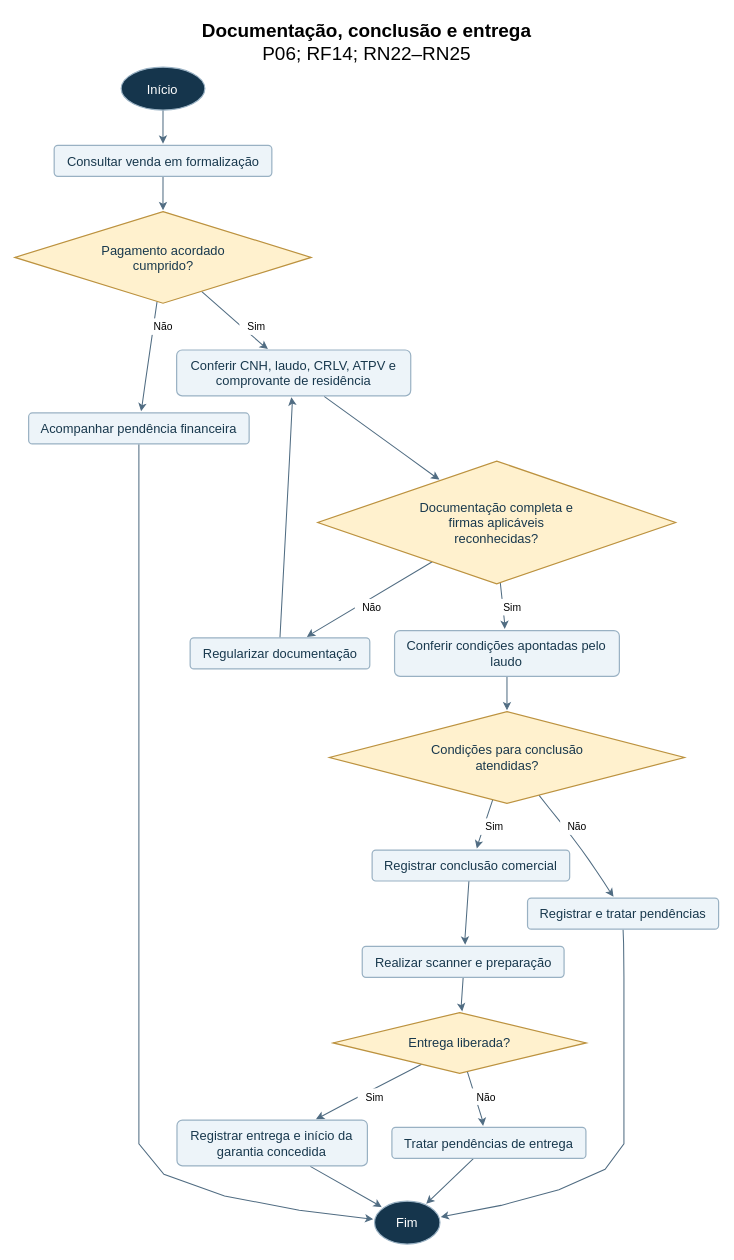
Above: docs/fluxogramas/06-conclusao-entrega.drawio in andreyveloso/modelagem-banco-multiplikar-automoveis (draw.io), before the change. Source tidied: cells renumbered, new cells numbered last; positions are measured from the earlier drawing's top-left corner, leaving out a move shared by most shapes. Both pictures are drawn from the tidied source at 86%, with x=0, y=0 at pixel (15, 14).
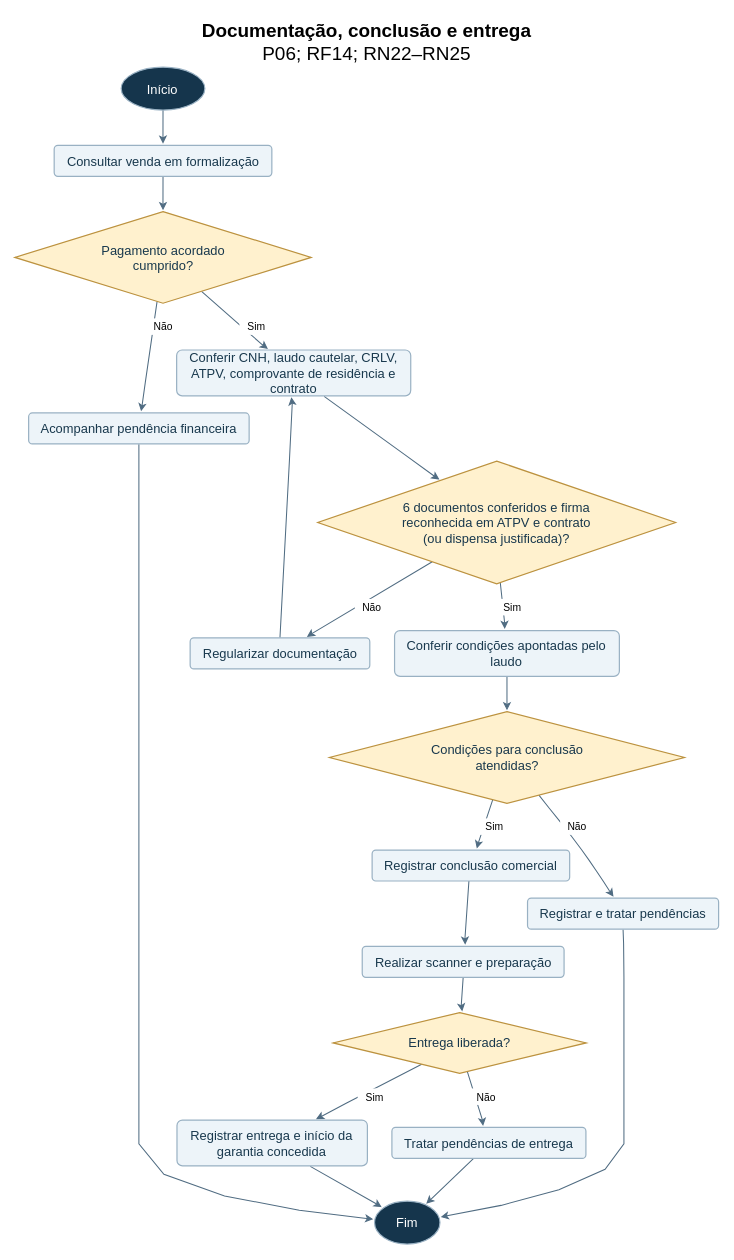
Above is the later version.

What changed in the source:
```diff
@@
-    <mxCell id="25" value="Conferir CNH, laudo, CRLV, ATPV e&#10;comprovante de residência" style="rounded=1;arcSize=12;whiteSpace=wrap;html=0;align=center;verticalAlign=middle;fontFamily=Arial;fontSize=15;fillColor=#edf4f9;fontColor=#18384d;strokeColor=#99b1c3;strokeWidth=1.4;spacing=4;" parent="1" vertex="1">
+    <mxCell id="25" value="Conferir CNH, laudo cautelar, CRLV,&#10;ATPV, comprovante de residência e contrato" style="rounded=1;arcSize=12;whiteSpace=wrap;html=0;align=center;verticalAlign=middle;fontFamily=Arial;fontSize=15;fillColor=#edf4f9;fontColor=#18384d;strokeColor=#99b1c3;strokeWidth=1.4;spacing=4;" parent="1" vertex="1">
       <mxGeometry x="187.9" y="390.5" width="272.2" height="53.3" as="geometry" />
     </mxCell>
@@
-    <mxCell id="27" value="Documentação completa e&#10;firmas aplicáveis&#10;reconhecidas?" style="rhombus;whiteSpace=wrap;html=0;align=center;verticalAlign=middle;fontFamily=Arial;fontSize=15;fillColor=#fff1ce;fontColor=#18384d;strokeColor=#bc923f;strokeWidth=1.4;spacing=4;" parent="1" vertex="1">
+    <mxCell id="27" value="6 documentos conferidos e firma&#10;reconhecida em ATPV e contrato&#10;(ou dispensa justificada)?" style="rhombus;whiteSpace=wrap;html=0;align=center;verticalAlign=middle;fontFamily=Arial;fontSize=15;fillColor=#fff1ce;fontColor=#18384d;strokeColor=#bc923f;strokeWidth=1.4;spacing=4;" parent="1" vertex="1">
       <mxGeometry x="352" y="519.7" width="416.1" height="142.6" as="geometry" />
     </mxCell>
```
